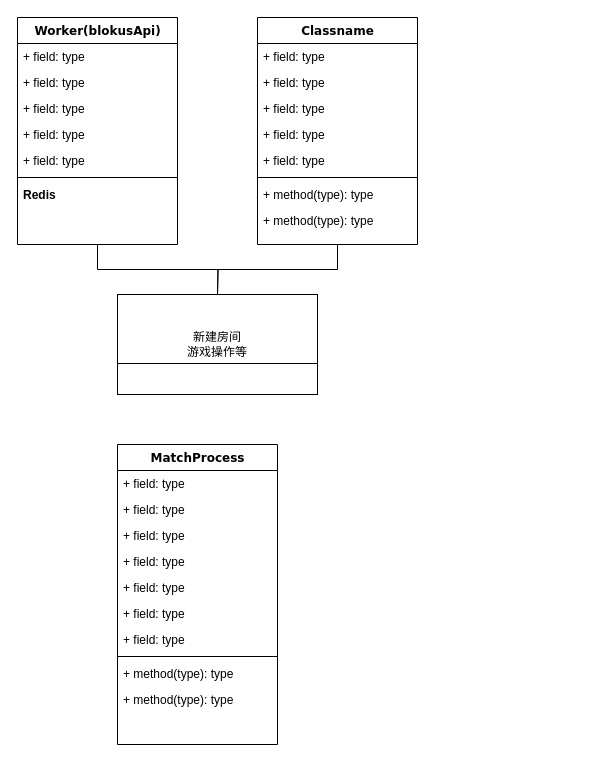
Above: Untitled Diagram.drawio in GraciousVertex32/test (draw.io), before the change. Source tidied: cells renumbered, new cells numbered last; positions are measured from the earlier drawing's top-left corner, leaving out a move shared by most shapes. Both pictures are drawn from the tidied source at 100%, with x=0, y=0 at pixel (17, 17).
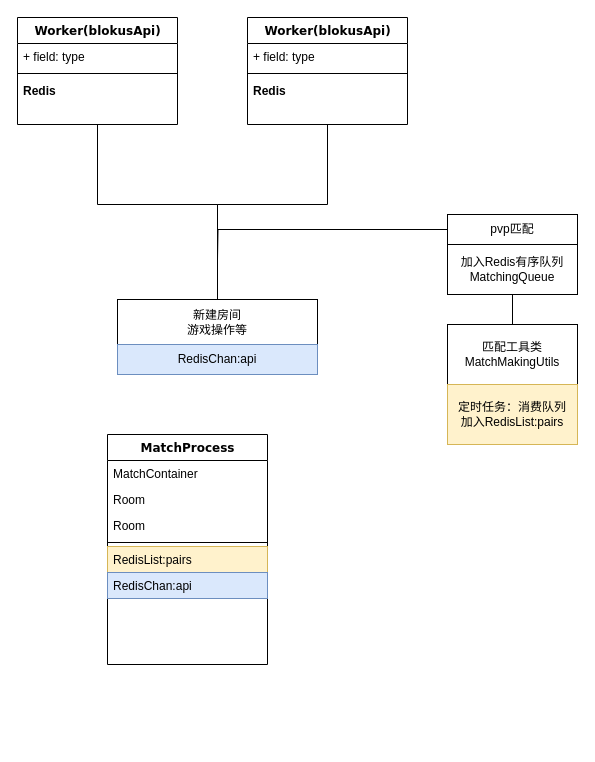
Above is the later version.

The edit, as a diff of the source:
```diff
@@
     <mxCell id="2" style="edgeStyle=orthogonalEdgeStyle;rounded=0;jettySize=auto;html=1;exitX=0.5;exitY=1;exitDx=0;exitDy=0;endArrow=none;endFill=0;" parent="1" edge="1" source="3">
       <mxGeometry relative="1" as="geometry">
         <mxPoint x="200" y="277" as="targetPoint" />
+        <Array as="points">
+          <mxPoint x="80" y="187" />
+          <mxPoint x="200" y="187" />
+        </Array>
       </mxGeometry>
     </mxCell>
     <mxCell id="3" value="Worker(blokusApi)" style="swimlane;html=1;fontStyle=1;align=center;verticalAlign=top;horizontal=1;startSize=26;swimlaneFillColor=#ffffff;rounded=0;shadow=0;comic=0;labelBackgroundColor=none;strokeWidth=1;fillColor=none;fontFamily=Verdana;fontSize=12;" parent="1" vertex="1">
-      <mxGeometry width="160" height="227" as="geometry" />
+      <mxGeometry width="160" height="107" as="geometry" />
     </mxCell>
-    <mxCell id="4" value="+ field: type" style="text;html=1;strokeColor=none;fillColor=none;align=left;verticalAlign=top;spacingLeft=4;spacingRight=4;whiteSpace=wrap;overflow=hidden;" parent="3" vertex="1">
-      <mxGeometry y="26" width="160" height="26" as="geometry" />
-    </mxCell>
-    <mxCell id="5" value="+ field: type" style="text;html=1;strokeColor=none;fillColor=none;align=left;verticalAlign=top;spacingLeft=4;spacingRight=4;whiteSpace=wrap;overflow=hidden;" parent="3" vertex="1">
-      <mxGeometry y="52" width="160" height="26" as="geometry" />
-    </mxCell>
-    <mxCell id="6" value="+ field: type" style="text;html=1;strokeColor=none;fillColor=none;align=left;verticalAlign=top;spacingLeft=4;spacingRight=4;whiteSpace=wrap;overflow=hidden;" parent="3" vertex="1">
-      <mxGeometry y="78" width="160" height="26" as="geometry" />
-    </mxCell>
-    <mxCell id="7" value="+ field: type" style="text;html=1;strokeColor=none;fillColor=none;align=left;verticalAlign=top;spacingLeft=4;spacingRight=4;whiteSpace=wrap;overflow=hidden;" parent="3" vertex="1">
-      <mxGeometry y="104" width="160" height="26" as="geometry" />
-    </mxCell>
     <mxCell id="8" value="+ field: type" style="text;html=1;strokeColor=none;fillColor=none;align=left;verticalAlign=top;spacingLeft=4;spacingRight=4;whiteSpace=wrap;overflow=hidden;" parent="3" vertex="1">
-      <mxGeometry y="130" width="160" height="26" as="geometry" />
+      <mxGeometry y="26" width="160" height="26" as="geometry" />
     </mxCell>
     <mxCell id="9" style="line;html=1;strokeWidth=1;fillColor=none;align=left;verticalAlign=middle;spacingTop=-1;spacingLeft=3;spacingRight=3;labelPosition=right;" parent="3" vertex="1">
-      <mxGeometry y="156" width="160" height="8" as="geometry" />
+      <mxGeometry y="52" width="160" height="8" as="geometry" />
     </mxCell>
     <mxCell id="10" value="&lt;b&gt;Redis&lt;/b&gt;&amp;nbsp;" style="text;html=1;strokeColor=none;fillColor=none;align=left;verticalAlign=top;spacingLeft=4;spacingRight=4;whiteSpace=wrap;overflow=hidden;" parent="3" vertex="1">
-      <mxGeometry y="164" width="160" height="26" as="geometry" />
+      <mxGeometry y="60" width="160" height="26" as="geometry" />
     </mxCell>
     <mxCell id="11" value="MatchProcess" style="swimlane;html=1;fontStyle=1;align=center;verticalAlign=top;horizontal=1;startSize=26;swimlaneFillColor=#ffffff;rounded=0;shadow=0;comic=0;labelBackgroundColor=none;strokeWidth=1;fillColor=none;fontFamily=Verdana;fontSize=12;" parent="1" vertex="1">
-      <mxGeometry x="100" y="427" width="160" height="300" as="geometry" />
+      <mxGeometry x="90" y="417" width="160" height="230" as="geometry" />
     </mxCell>
-    <mxCell id="12" value="+ field: type" style="text;html=1;strokeColor=none;fillColor=none;align=left;verticalAlign=top;spacingLeft=4;spacingRight=4;whiteSpace=wrap;overflow=hidden;" parent="11" vertex="1">
-      <mxGeometry y="26" width="160" height="26" as="geometry" />
-    </mxCell>
-    <mxCell id="13" value="+ field: type" style="text;html=1;strokeColor=none;fillColor=none;align=left;verticalAlign=top;spacingLeft=4;spacingRight=4;whiteSpace=wrap;overflow=hidden;" parent="11" vertex="1">
-      <mxGeometry y="52" width="160" height="26" as="geometry" />
-    </mxCell>
-    <mxCell id="14" value="+ field: type" style="text;html=1;strokeColor=none;fillColor=none;align=left;verticalAlign=top;spacingLeft=4;spacingRight=4;whiteSpace=wrap;overflow=hidden;" parent="11" vertex="1">
-      <mxGeometry y="78" width="160" height="26" as="geometry" />
+    <mxCell id="14" value="MatchContainer" style="text;html=1;strokeColor=none;fillColor=none;align=left;verticalAlign=top;spacingLeft=4;spacingRight=4;whiteSpace=wrap;overflow=hidden;" parent="11" vertex="1">
+      <mxGeometry y="26" width="160" height="26" as="geometry" />
     </mxCell>
-    <mxCell id="15" value="+ field: type" style="text;html=1;strokeColor=none;fillColor=none;align=left;verticalAlign=top;spacingLeft=4;spacingRight=4;whiteSpace=wrap;overflow=hidden;" parent="11" vertex="1">
-      <mxGeometry y="104" width="160" height="26" as="geometry" />
-    </mxCell>
-    <mxCell id="16" value="+ field: type" style="text;html=1;strokeColor=none;fillColor=none;align=left;verticalAlign=top;spacingLeft=4;spacingRight=4;whiteSpace=wrap;overflow=hidden;" parent="11" vertex="1">
-      <mxGeometry y="130" width="160" height="26" as="geometry" />
+    <mxCell id="16" value="Room" style="text;html=1;strokeColor=none;fillColor=none;align=left;verticalAlign=top;spacingLeft=4;spacingRight=4;whiteSpace=wrap;overflow=hidden;" parent="11" vertex="1">
+      <mxGeometry y="52" width="160" height="26" as="geometry" />
     </mxCell>
-    <mxCell id="17" value="+ field: type" style="text;html=1;strokeColor=none;fillColor=none;align=left;verticalAlign=top;spacingLeft=4;spacingRight=4;whiteSpace=wrap;overflow=hidden;" parent="11" vertex="1">
-      <mxGeometry y="156" width="160" height="26" as="geometry" />
-    </mxCell>
-    <mxCell id="18" value="+ field: type" style="text;html=1;strokeColor=none;fillColor=none;align=left;verticalAlign=top;spacingLeft=4;spacingRight=4;whiteSpace=wrap;overflow=hidden;" parent="11" vertex="1">
-      <mxGeometry y="182" width="160" height="26" as="geometry" />
-    </mxCell>
+    <mxCell id="34" value="Room" style="text;html=1;strokeColor=none;fillColor=none;align=left;verticalAlign=top;spacingLeft=4;spacingRight=4;whiteSpace=wrap;overflow=hidden;" parent="11" vertex="1">
+      <mxGeometry y="78" width="160" height="26" as="geometry" />
+    </mxCell>
     <mxCell id="19" style="line;html=1;strokeWidth=1;fillColor=none;align=left;verticalAlign=middle;spacingTop=-1;spacingLeft=3;spacingRight=3;labelPosition=right;" parent="11" vertex="1">
-      <mxGeometry y="208" width="160" height="8" as="geometry" />
+      <mxGeometry y="104" width="160" height="8" as="geometry" />
     </mxCell>
+    <mxCell id="21" value="RedisList:pairs" style="text;html=1;strokeColor=#d6b656;fillColor=#fff2cc;align=left;verticalAlign=top;spacingLeft=4;spacingRight=4;whiteSpace=wrap;overflow=hidden;" parent="11" vertex="1">
+      <mxGeometry y="112" width="160" height="26" as="geometry" />
+    </mxCell>
-    <mxCell id="20" value="+ method(type): type" style="text;html=1;strokeColor=none;fillColor=none;align=left;verticalAlign=top;spacingLeft=4;spacingRight=4;whiteSpace=wrap;overflow=hidden;" parent="11" vertex="1">
-      <mxGeometry y="216" width="160" height="26" as="geometry" />
+    <mxCell id="20" value="RedisChan:api" style="text;html=1;strokeColor=#6c8ebf;fillColor=#dae8fc;align=left;verticalAlign=top;spacingLeft=4;spacingRight=4;whiteSpace=wrap;overflow=hidden;" parent="11" vertex="1">
+      <mxGeometry y="138" width="160" height="26" as="geometry" />
     </mxCell>
-    <mxCell id="21" value="+ method(type): type" style="text;html=1;strokeColor=none;fillColor=none;align=left;verticalAlign=top;spacingLeft=4;spacingRight=4;whiteSpace=wrap;overflow=hidden;" parent="11" vertex="1">
-      <mxGeometry y="242" width="160" height="26" as="geometry" />
-    </mxCell>
-    <mxCell id="22" style="edgeStyle=orthogonalEdgeStyle;rounded=0;jettySize=auto;html=1;exitX=0.5;exitY=1;exitDx=0;exitDy=0;endArrow=none;endFill=0;" parent="1" edge="1" source="23">
-      <mxGeometry relative="1" as="geometry">
-        <mxPoint x="200" y="277" as="targetPoint" />
-      </mxGeometry>
-    </mxCell>
-    <mxCell id="23" value="Classname" style="swimlane;html=1;fontStyle=1;align=center;verticalAlign=top;horizontal=1;startSize=26;swimlaneFillColor=#ffffff;rounded=0;shadow=0;comic=0;labelBackgroundColor=none;strokeWidth=1;fillColor=none;fontFamily=Verdana;fontSize=12;" parent="1" vertex="1">
-      <mxGeometry x="240" width="160" height="227" as="geometry" />
-    </mxCell>
-    <mxCell id="24" value="+ field: type" style="text;html=1;strokeColor=none;fillColor=none;align=left;verticalAlign=top;spacingLeft=4;spacingRight=4;whiteSpace=wrap;overflow=hidden;" parent="23" vertex="1">
-      <mxGeometry y="26" width="160" height="26" as="geometry" />
-    </mxCell>
-    <mxCell id="25" value="+ field: type" style="text;html=1;strokeColor=none;fillColor=none;align=left;verticalAlign=top;spacingLeft=4;spacingRight=4;whiteSpace=wrap;overflow=hidden;" parent="23" vertex="1">
-      <mxGeometry y="52" width="160" height="26" as="geometry" />
-    </mxCell>
-    <mxCell id="26" value="+ field: type" style="text;html=1;strokeColor=none;fillColor=none;align=left;verticalAlign=top;spacingLeft=4;spacingRight=4;whiteSpace=wrap;overflow=hidden;" parent="23" vertex="1">
-      <mxGeometry y="78" width="160" height="26" as="geometry" />
-    </mxCell>
-    <mxCell id="27" value="+ field: type" style="text;html=1;strokeColor=none;fillColor=none;align=left;verticalAlign=top;spacingLeft=4;spacingRight=4;whiteSpace=wrap;overflow=hidden;" parent="23" vertex="1">
-      <mxGeometry y="104" width="160" height="26" as="geometry" />
-    </mxCell>
-    <mxCell id="28" value="+ field: type" style="text;html=1;strokeColor=none;fillColor=none;align=left;verticalAlign=top;spacingLeft=4;spacingRight=4;whiteSpace=wrap;overflow=hidden;" parent="23" vertex="1">
-      <mxGeometry y="130" width="160" height="26" as="geometry" />
-    </mxCell>
-    <mxCell id="29" style="line;html=1;strokeWidth=1;fillColor=none;align=left;verticalAlign=middle;spacingTop=-1;spacingLeft=3;spacingRight=3;labelPosition=right;" parent="23" vertex="1">
-      <mxGeometry y="156" width="160" height="8" as="geometry" />
-    </mxCell>
-    <mxCell id="30" value="+ method(type): type" style="text;html=1;strokeColor=none;fillColor=none;align=left;verticalAlign=top;spacingLeft=4;spacingRight=4;whiteSpace=wrap;overflow=hidden;" parent="23" vertex="1">
-      <mxGeometry y="164" width="160" height="26" as="geometry" />
-    </mxCell>
-    <mxCell id="31" value="+ method(type): type" style="text;html=1;strokeColor=none;fillColor=none;align=left;verticalAlign=top;spacingLeft=4;spacingRight=4;whiteSpace=wrap;overflow=hidden;" parent="23" vertex="1">
-      <mxGeometry y="190" width="160" height="26" as="geometry" />
-    </mxCell>
     <mxCell id="32" value="新建房间&lt;br&gt;游戏操作等" style="rounded=0;whiteSpace=wrap;html=1;" parent="1" vertex="1">
-      <mxGeometry x="100" y="277" width="200" height="100" as="geometry" />
+      <mxGeometry x="100" y="282" width="200" height="45" as="geometry" />
     </mxCell>
-    <mxCell id="33" style="line;html=1;strokeWidth=1;fillColor=none;align=left;verticalAlign=middle;spacingTop=-1;spacingLeft=3;spacingRight=3;labelPosition=right;" parent="1" vertex="1">
-      <mxGeometry x="100" y="342" width="200" height="8" as="geometry" />
-    </mxCell>
+    <mxCell id="35" style="edgeStyle=orthogonalEdgeStyle;rounded=0;jettySize=auto;html=1;endArrow=none;endFill=0;" parent="1" edge="1" source="36" target="32">
+      <mxGeometry relative="1" as="geometry">
+        <Array as="points">
+          <mxPoint x="310" y="187" />
+          <mxPoint x="200" y="187" />
+        </Array>
+      </mxGeometry>
+    </mxCell>
+    <mxCell id="36" value="Worker(blokusApi)" style="swimlane;html=1;fontStyle=1;align=center;verticalAlign=top;horizontal=1;startSize=26;swimlaneFillColor=#ffffff;rounded=0;shadow=0;comic=0;labelBackgroundColor=none;strokeWidth=1;fillColor=none;fontFamily=Verdana;fontSize=12;" parent="1" vertex="1">
+      <mxGeometry x="230" width="160" height="107" as="geometry" />
+    </mxCell>
+    <mxCell id="37" value="+ field: type" style="text;html=1;strokeColor=none;fillColor=none;align=left;verticalAlign=top;spacingLeft=4;spacingRight=4;whiteSpace=wrap;overflow=hidden;" parent="36" vertex="1">
+      <mxGeometry y="26" width="160" height="26" as="geometry" />
+    </mxCell>
+    <mxCell id="38" style="line;html=1;strokeWidth=1;fillColor=none;align=left;verticalAlign=middle;spacingTop=-1;spacingLeft=3;spacingRight=3;labelPosition=right;" parent="36" vertex="1">
+      <mxGeometry y="52" width="160" height="8" as="geometry" />
+    </mxCell>
+    <mxCell id="39" value="&lt;b&gt;Redis&lt;/b&gt;&amp;nbsp;" style="text;html=1;strokeColor=none;fillColor=none;align=left;verticalAlign=top;spacingLeft=4;spacingRight=4;whiteSpace=wrap;overflow=hidden;" parent="36" vertex="1">
+      <mxGeometry y="60" width="160" height="26" as="geometry" />
+    </mxCell>
+    <mxCell id="40" value="RedisChan:api" style="rounded=0;whiteSpace=wrap;html=1;fillColor=#dae8fc;strokeColor=#6c8ebf;" parent="1" vertex="1">
+      <mxGeometry x="100" y="327" width="200" height="30" as="geometry" />
+    </mxCell>
+    <mxCell id="41" style="edgeStyle=orthogonalEdgeStyle;rounded=0;jettySize=auto;html=1;endArrow=none;endFill=0;" parent="1" edge="1" source="42">
+      <mxGeometry relative="1" as="geometry">
+        <mxPoint x="200" y="242" as="targetPoint" />
+      </mxGeometry>
+    </mxCell>
+    <mxCell id="42" value="pvp匹配" style="rounded=0;whiteSpace=wrap;html=1;" parent="1" vertex="1">
+      <mxGeometry x="430" y="197" width="130" height="30" as="geometry" />
+    </mxCell>
+    <mxCell id="43" style="edgeStyle=orthogonalEdgeStyle;rounded=0;jettySize=auto;html=1;endArrow=none;endFill=0;" parent="1" edge="1" source="44" target="45">
+      <mxGeometry relative="1" as="geometry" />
+    </mxCell>
+    <mxCell id="44" value="加入Redis有序队列&lt;br&gt;MatchingQueue" style="rounded=0;whiteSpace=wrap;html=1;" parent="1" vertex="1">
+      <mxGeometry x="430" y="227" width="130" height="50" as="geometry" />
+    </mxCell>
+    <mxCell id="45" value="匹配工具类&lt;br&gt;MatchMakingUtils" style="rounded=0;whiteSpace=wrap;html=1;" parent="1" vertex="1">
+      <mxGeometry x="430" y="307" width="130" height="60" as="geometry" />
+    </mxCell>
+    <mxCell id="46" value="定时任务：消费队列&lt;br&gt;加入RedisList:pairs" style="rounded=0;whiteSpace=wrap;html=1;fillColor=#fff2cc;strokeColor=#d6b656;" parent="1" vertex="1">
+      <mxGeometry x="430" y="367" width="130" height="60" as="geometry" />
+    </mxCell>
```
